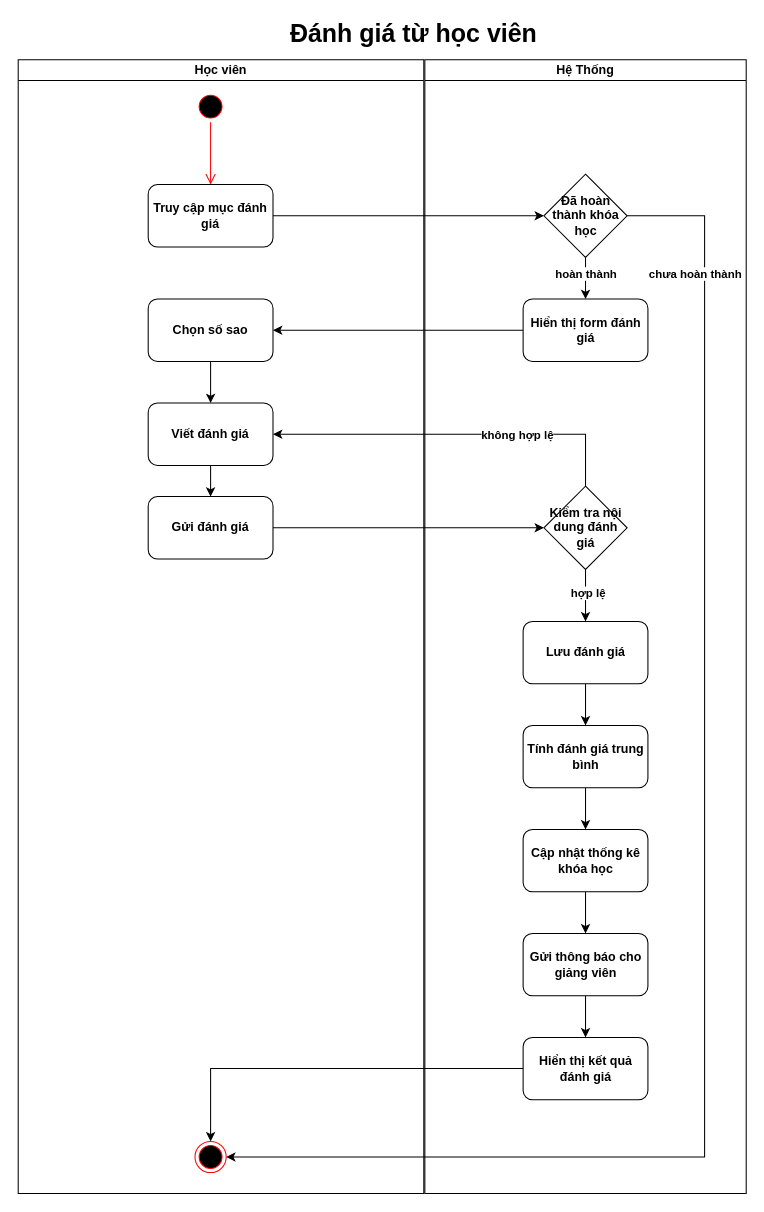
Above: document/ActivityDiagram/Review-Activity.drawio in toniiplaycode/DNC-Learning (draw.io), before the change. Source tidied: cells renumbered, new cells numbered last; positions are measured from the earlier drawing's top-left corner, leaving out a move shared by most shapes. Both pictures are drawn from the tidied source at 104%, with x=0, y=0 at pixel (18, 18).
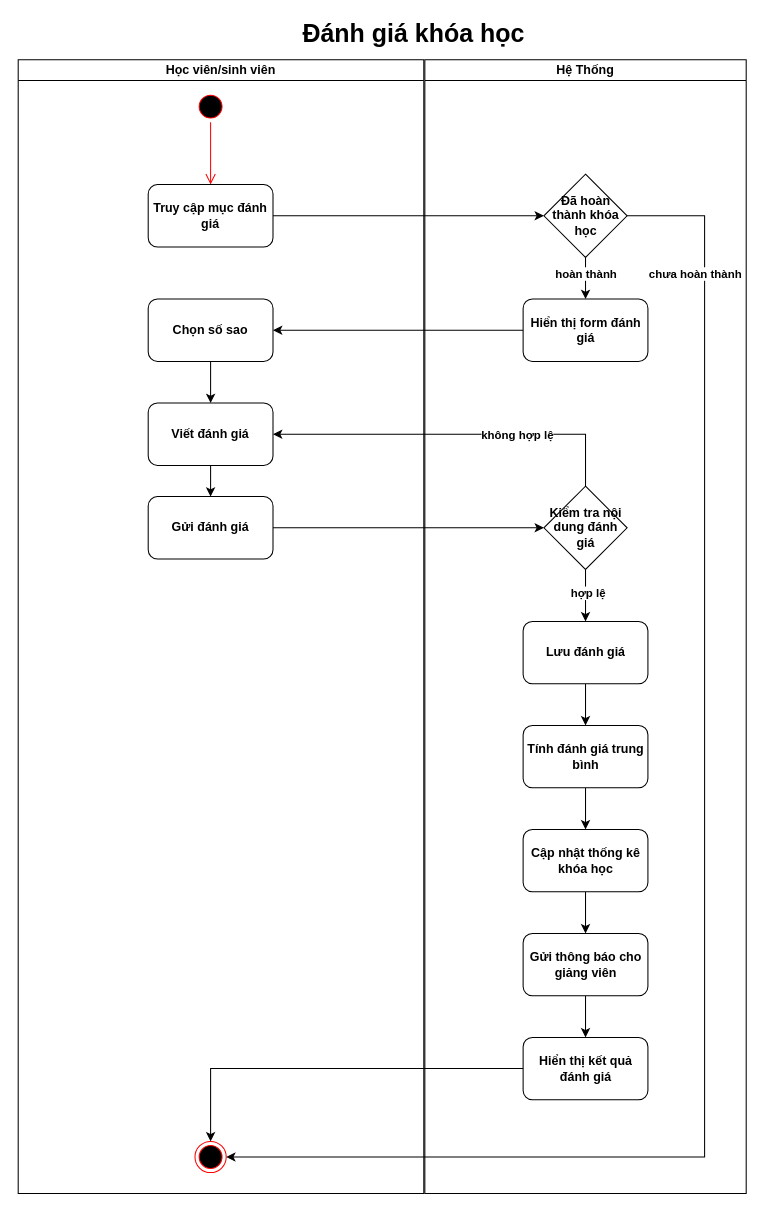
The same diagram, later.

What changed in the source:
```diff
@@
-    <mxCell id="2" value="Học viên" style="swimlane;startSize=20;whiteSpace=wrap;html=1;fontStyle=1;" parent="1" vertex="1">
+    <mxCell id="2" value="Học viên/sinh viên" style="swimlane;startSize=20;whiteSpace=wrap;html=1;fontStyle=1;" parent="1" vertex="1">
       <mxGeometry y="40" width="390" height="1090" as="geometry" />
     </mxCell>
@@
-    <mxCell id="28" value="&lt;span style=&quot;font-size: 24px;&quot;&gt;Đánh giá từ học viên&lt;/span&gt;" style="text;html=1;align=center;verticalAlign=middle;whiteSpace=wrap;rounded=0;fontStyle=1;" parent="1" vertex="1">
+    <mxCell id="28" value="&lt;span style=&quot;font-size: 24px;&quot;&gt;Đánh giá khóa học&lt;/span&gt;" style="text;html=1;align=center;verticalAlign=middle;whiteSpace=wrap;rounded=0;fontStyle=1;" parent="1" vertex="1">
       <mxGeometry x="110" width="541" height="30" as="geometry" />
     </mxCell>
```
